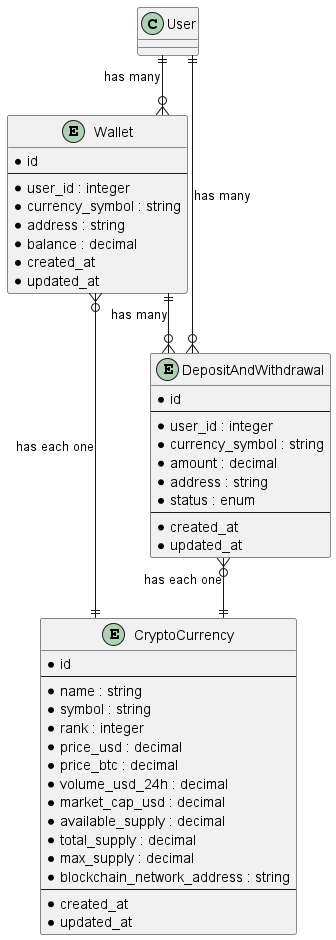
Before: design/diagrams/png/Users_Wallet_DepositAndWithdrawal.png, a diagram exported from PlantUML (xemoe/xemoe-exchange-app).
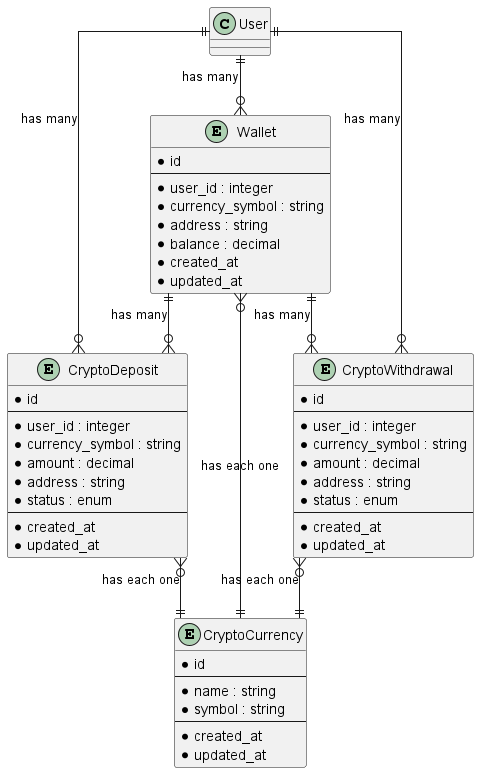
Later version of the same file.

What changed in the source:
```diff
@@ -7,15 +7,6 @@
     --
     * name : string
     * symbol : string
-    * rank : integer
-    * price_usd : decimal
-    * price_btc : decimal
-    * volume_usd_24h : decimal
-    * market_cap_usd : decimal
-    * available_supply : decimal
-    * total_supply : decimal
-    * max_supply : decimal
-    * blockchain_network_address : string
     --
     * created_at
     * updated_at
@@ -32,7 +23,20 @@
     * updated_at
 }
 
-entity DepositAndWithdrawal {
+entity CryptoDeposit {
+    * id
+    --
+    * user_id : integer
+    * currency_symbol : string
+    * amount : decimal
+    * address : string
+    * status : enum
+    --
+    * created_at
+    * updated_at
+}
+
+entity CryptoWithdrawal {
     * id
     --
     * user_id : integer
@@ -47,11 +51,14 @@
 
 
 User ||--o{ Wallet : has many
-User ||--o{ DepositAndWithdrawal : has many
+User ||--o{ CryptoDeposit : has many
+User ||--o{ CryptoWithdrawal : has many
 
-Wallet ||--o{ DepositAndWithdrawal : has many
+Wallet ||--o{ CryptoDeposit : has many
+Wallet ||--o{ CryptoWithdrawal : has many
 Wallet }o--|| CryptoCurrency : has each one
 
-DepositAndWithdrawal }o--|| CryptoCurrency : has each one
+CryptoDeposit }o--|| CryptoCurrency : has each one
+CryptoWithdrawal }o--|| CryptoCurrency : has each one
 
 @enduml
```
